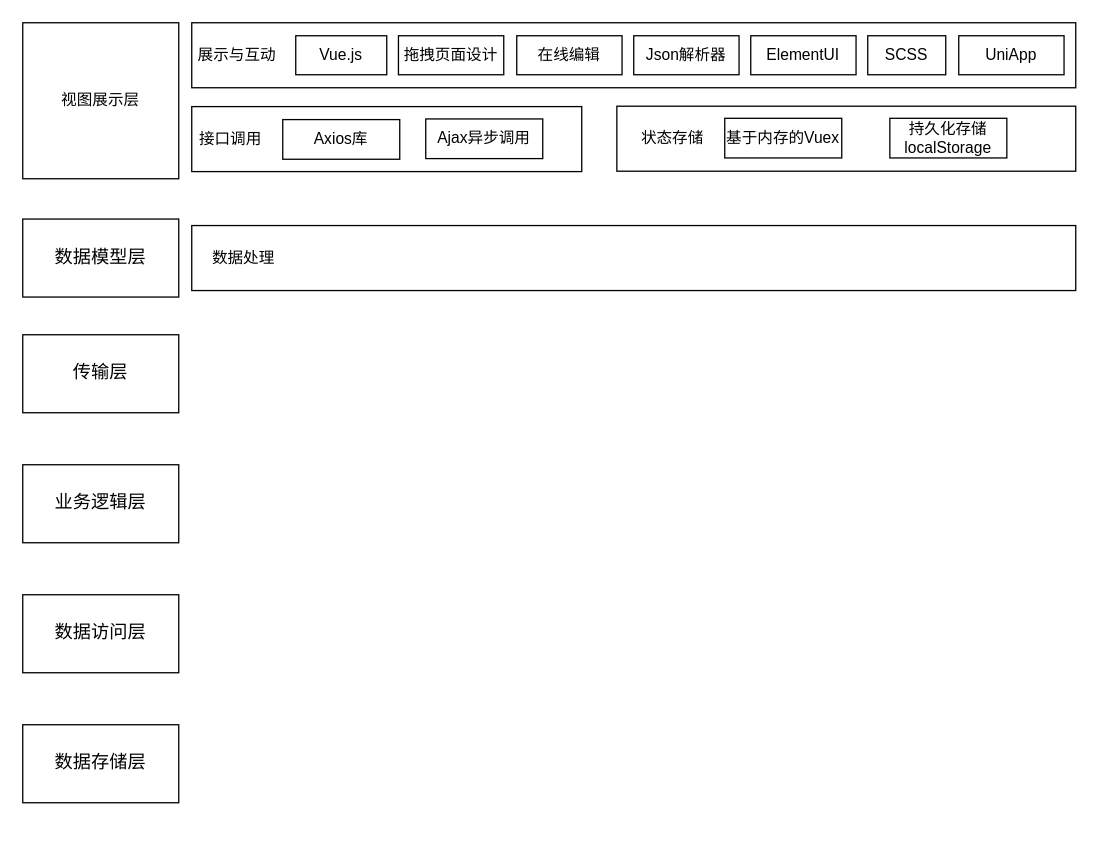
This is 第四章.drawio from yuxinyu12345/diagrams, a draw.io file, before an edit. Source tidied: cells renumbered, new cells numbered last; positions are measured from the earlier drawing's top-left corner, leaving out a move shared by most shapes. Both pictures are drawn from the tidied source at 130%, with x=0, y=0 at pixel (22, 22).
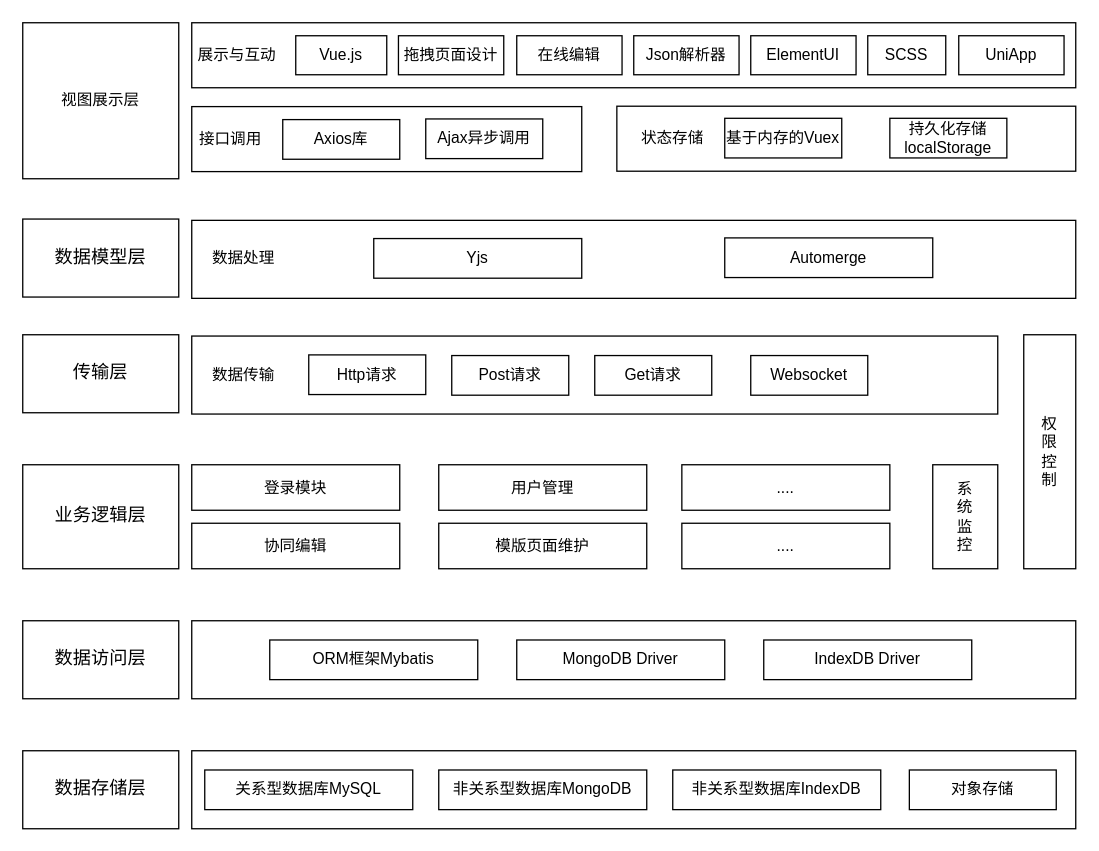
Above is the later version.

Commit message (it also covers changes not shown here):
更新第四章.drawio

Diff of the diagram source:
```diff
@@
     <mxCell id="4" value="&lt;p style=&quot;margin: 0pt 0pt 0.0001pt; text-align: justify; font-family: &amp;quot;Times New Roman&amp;quot;; font-size: 10.5pt;&quot; class=&quot;MsoNormal&quot;&gt;业务逻辑层&lt;/p&gt;" style="rounded=0;whiteSpace=wrap;html=1;" parent="1" vertex="1">
-      <mxGeometry y="340" width="120" height="60" as="geometry" />
+      <mxGeometry y="340" width="120" height="80" as="geometry" />
     </mxCell>
     <mxCell id="5" value="&lt;p style=&quot;margin: 0pt 0pt 0.0001pt; text-align: justify; font-family: &amp;quot;Times New Roman&amp;quot;; font-size: 10.5pt;&quot; class=&quot;MsoNormal&quot;&gt;数据访问层&lt;/p&gt;" style="rounded=0;whiteSpace=wrap;html=1;" parent="1" vertex="1">
-      <mxGeometry y="440" width="120" height="60" as="geometry" />
+      <mxGeometry y="460" width="120" height="60" as="geometry" />
     </mxCell>
     <mxCell id="6" value="&lt;p style=&quot;margin: 0pt 0pt 0.0001pt; text-align: justify; font-family: &amp;quot;Times New Roman&amp;quot;; font-size: 10.5pt;&quot; class=&quot;MsoNormal&quot;&gt;数据存储层&lt;/p&gt;" style="rounded=0;whiteSpace=wrap;html=1;" parent="1" vertex="1">
-      <mxGeometry y="540" width="120" height="60" as="geometry" />
+      <mxGeometry y="560" width="120" height="60" as="geometry" />
     </mxCell>
@@
     <mxCell id="27" style="rounded=0;whiteSpace=wrap;html=1;" parent="1" vertex="1">
-      <mxGeometry x="130" y="156" width="680" height="50" as="geometry" />
+      <mxGeometry x="130" y="152" width="680" height="60" as="geometry" />
     </mxCell>
@@
+    <mxCell id="29" value="Yjs" style="rounded=0;whiteSpace=wrap;html=1;" parent="1" vertex="1">
+      <mxGeometry x="270" y="166" width="160" height="30.5" as="geometry" />
+    </mxCell>
+    <mxCell id="30" value="Automerge" style="rounded=0;whiteSpace=wrap;html=1;" parent="1" vertex="1">
+      <mxGeometry x="540" y="165.5" width="160" height="30.5" as="geometry" />
+    </mxCell>
+    <mxCell id="31" style="rounded=0;whiteSpace=wrap;html=1;" parent="1" vertex="1">
+      <mxGeometry x="130" y="241" width="620" height="60" as="geometry" />
+    </mxCell>
+    <mxCell id="32" value="数据传输" style="text;html=1;strokeColor=none;fillColor=none;align=center;verticalAlign=middle;whiteSpace=wrap;rounded=0;" parent="1" vertex="1">
+      <mxGeometry x="140" y="256" width="60" height="30" as="geometry" />
+    </mxCell>
+    <mxCell id="33" value="Http请求" style="rounded=0;whiteSpace=wrap;html=1;" parent="1" vertex="1">
+      <mxGeometry x="220" y="255.5" width="90" height="30.5" as="geometry" />
+    </mxCell>
+    <mxCell id="34" value="Post请求" style="rounded=0;whiteSpace=wrap;html=1;" parent="1" vertex="1">
+      <mxGeometry x="330" y="256" width="90" height="30.5" as="geometry" />
+    </mxCell>
+    <mxCell id="35" value="Get请求" style="rounded=0;whiteSpace=wrap;html=1;" parent="1" vertex="1">
+      <mxGeometry x="440" y="256" width="90" height="30.5" as="geometry" />
+    </mxCell>
+    <mxCell id="36" value="Websocket" style="rounded=0;whiteSpace=wrap;html=1;" parent="1" vertex="1">
+      <mxGeometry x="560" y="256" width="90" height="30.5" as="geometry" />
+    </mxCell>
+    <mxCell id="37" value="登录模块" style="rounded=0;whiteSpace=wrap;html=1;" parent="1" vertex="1">
+      <mxGeometry x="130" y="340" width="160" height="35" as="geometry" />
+    </mxCell>
+    <mxCell id="38" value="协同编辑" style="rounded=0;whiteSpace=wrap;html=1;" parent="1" vertex="1">
+      <mxGeometry x="130" y="385" width="160" height="35" as="geometry" />
+    </mxCell>
+    <mxCell id="39" value="用户管理" style="rounded=0;whiteSpace=wrap;html=1;" parent="1" vertex="1">
+      <mxGeometry x="320" y="340" width="160" height="35" as="geometry" />
+    </mxCell>
+    <mxCell id="40" value="模版页面维护" style="rounded=0;whiteSpace=wrap;html=1;" parent="1" vertex="1">
+      <mxGeometry x="320" y="385" width="160" height="35" as="geometry" />
+    </mxCell>
+    <mxCell id="41" value="...." style="rounded=0;whiteSpace=wrap;html=1;" parent="1" vertex="1">
+      <mxGeometry x="507" y="340" width="160" height="35" as="geometry" />
+    </mxCell>
+    <mxCell id="42" value="...." style="rounded=0;whiteSpace=wrap;html=1;" parent="1" vertex="1">
+      <mxGeometry x="507" y="385" width="160" height="35" as="geometry" />
+    </mxCell>
+    <mxCell id="43" style="rounded=0;whiteSpace=wrap;html=1;" parent="1" vertex="1">
+      <mxGeometry x="700" y="340" width="50" height="80" as="geometry" />
+    </mxCell>
+    <mxCell id="44" value="系统监控" style="text;html=1;strokeColor=none;fillColor=none;align=center;verticalAlign=middle;whiteSpace=wrap;rounded=0;" parent="1" vertex="1">
+      <mxGeometry x="720" y="362.5" width="10" height="35" as="geometry" />
+    </mxCell>
+    <mxCell id="45" style="rounded=0;whiteSpace=wrap;html=1;" parent="1" vertex="1">
+      <mxGeometry x="770" y="240" width="40" height="180" as="geometry" />
+    </mxCell>
+    <mxCell id="46" value="权限控制" style="text;html=1;strokeColor=none;fillColor=none;align=center;verticalAlign=middle;whiteSpace=wrap;rounded=0;" parent="1" vertex="1">
+      <mxGeometry x="785" y="312.5" width="10" height="35" as="geometry" />
+    </mxCell>
+    <mxCell id="47" style="rounded=0;whiteSpace=wrap;html=1;" parent="1" vertex="1">
+      <mxGeometry x="130" y="460" width="680" height="60" as="geometry" />
+    </mxCell>
+    <mxCell id="48" value="ORM框架Mybatis" style="rounded=0;whiteSpace=wrap;html=1;" parent="1" vertex="1">
+      <mxGeometry x="190" y="474.8" width="160" height="30.5" as="geometry" />
+    </mxCell>
+    <mxCell id="49" value="MongoDB Driver" style="rounded=0;whiteSpace=wrap;html=1;" parent="1" vertex="1">
+      <mxGeometry x="380" y="474.8" width="160" height="30.5" as="geometry" />
+    </mxCell>
+    <mxCell id="50" value="IndexDB Driver" style="rounded=0;whiteSpace=wrap;html=1;" parent="1" vertex="1">
+      <mxGeometry x="570" y="474.8" width="160" height="30.5" as="geometry" />
+    </mxCell>
+    <mxCell id="51" style="rounded=0;whiteSpace=wrap;html=1;" parent="1" vertex="1">
+      <mxGeometry x="130" y="560" width="680" height="60" as="geometry" />
+    </mxCell>
+    <mxCell id="52" value="关系型数据库MySQL" style="rounded=0;whiteSpace=wrap;html=1;" parent="1" vertex="1">
+      <mxGeometry x="140" y="574.8" width="160" height="30.5" as="geometry" />
+    </mxCell>
+    <mxCell id="53" value="非关系型数据库MongoDB" style="rounded=0;whiteSpace=wrap;html=1;" parent="1" vertex="1">
+      <mxGeometry x="320" y="574.8" width="160" height="30.5" as="geometry" />
+    </mxCell>
+    <mxCell id="54" value="非关系型数据库IndexDB" style="rounded=0;whiteSpace=wrap;html=1;" parent="1" vertex="1">
+      <mxGeometry x="500" y="574.8" width="160" height="30.5" as="geometry" />
+    </mxCell>
+    <mxCell id="55" value="对象存储" style="rounded=0;whiteSpace=wrap;html=1;" parent="1" vertex="1">
+      <mxGeometry x="682" y="574.8" width="113" height="30.5" as="geometry" />
+    </mxCell>
```
